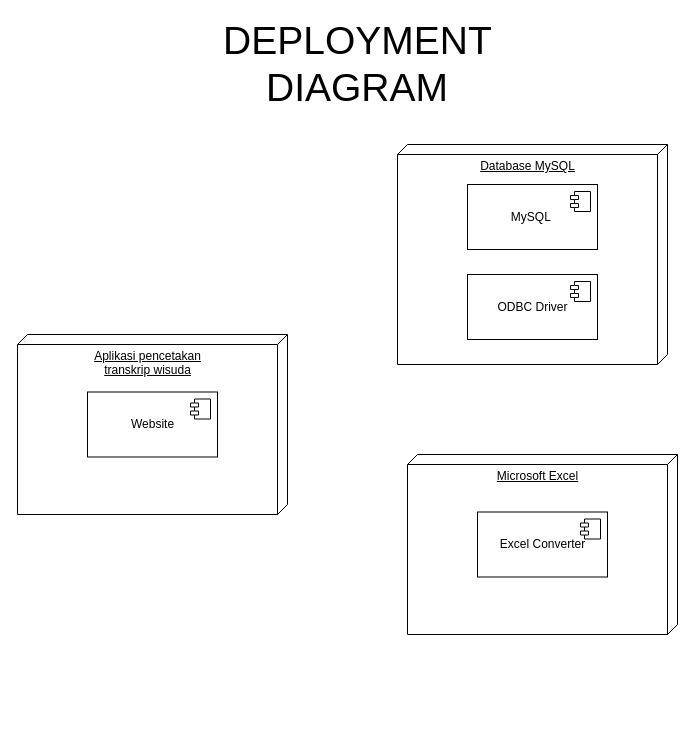
Before: page "Pemodelan Arsitektur Deployment Diagram" (8 of 8) of SIAKAD ERD.drawio in RidhoAnshory/drawiocloud, a draw.io diagram. Source tidied: cells renumbered, new cells numbered last; positions are measured from the earlier drawing's top-left corner, leaving out a move shared by most shapes. Both pictures are drawn from the tidied source at 100%, with x=0, y=0 at pixel (17, 54).
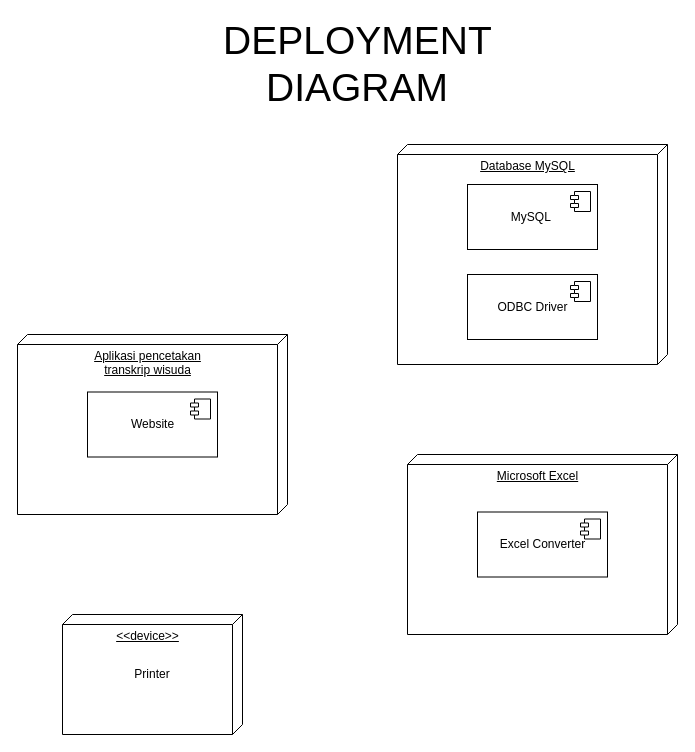
After the change.

Commit message:
Update Deployment Diagram v2

Change to the diagram source:
```diff
@@
+    <mxCell id="16" value="&amp;lt;&amp;lt;device&amp;gt;&amp;gt;&lt;br&gt;" style="verticalAlign=top;align=center;spacingTop=8;spacingLeft=2;spacingRight=12;shape=cube;size=10;direction=south;fontStyle=4;html=1;" parent="1" vertex="1">
+      <mxGeometry x="45" y="560" width="180" height="120" as="geometry" />
+    </mxCell>
+    <mxCell id="17" value="Printer" style="text;html=1;strokeColor=none;fillColor=none;align=center;verticalAlign=middle;whiteSpace=wrap;rounded=0;" parent="1" vertex="1">
+      <mxGeometry x="115" y="610" width="40" height="20" as="geometry" />
+    </mxCell>
```
